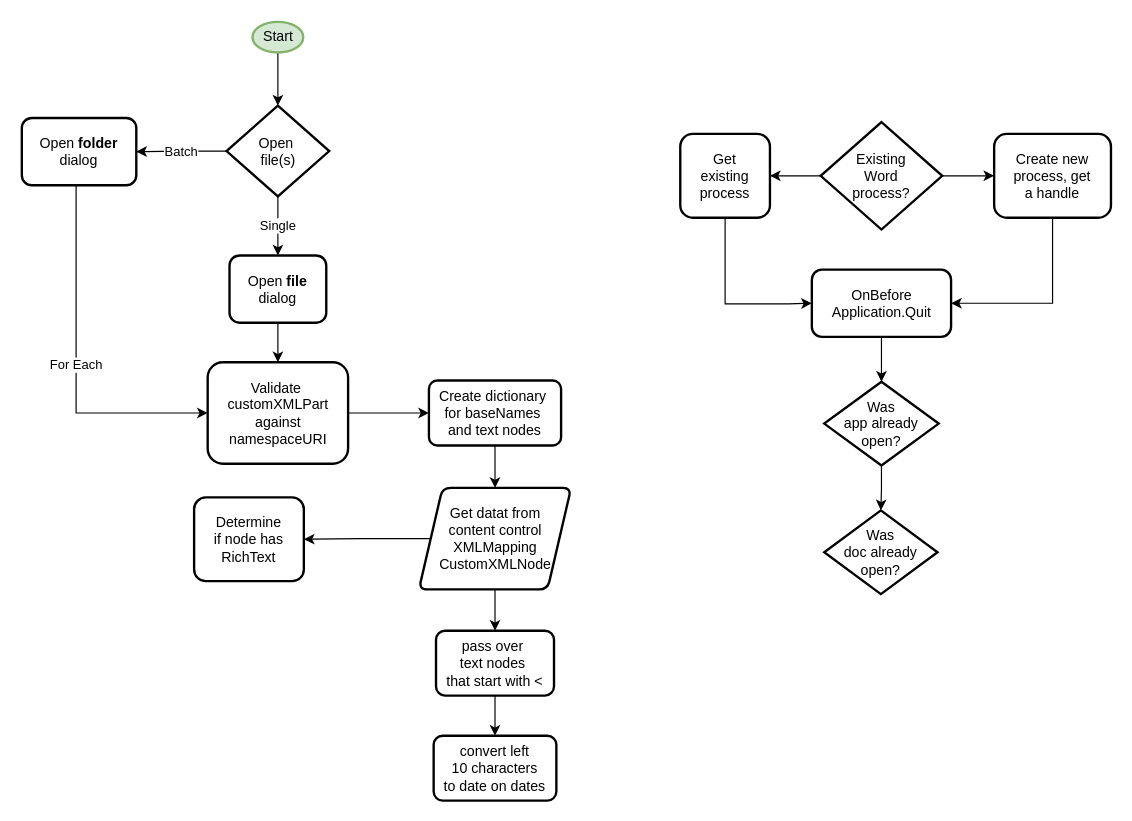
benstanfish/Diagrams keeps this draw.io diagram as page "Main" (1 of 3) of WordLink.drawio. Above is the earlier version. Source tidied: cells renumbered, new cells numbered last; positions are measured from the earlier drawing's top-left corner, leaving out a move shared by most shapes. Both pictures are drawn from the tidied source at 118%, with x=0, y=0 at pixel (21, 21).
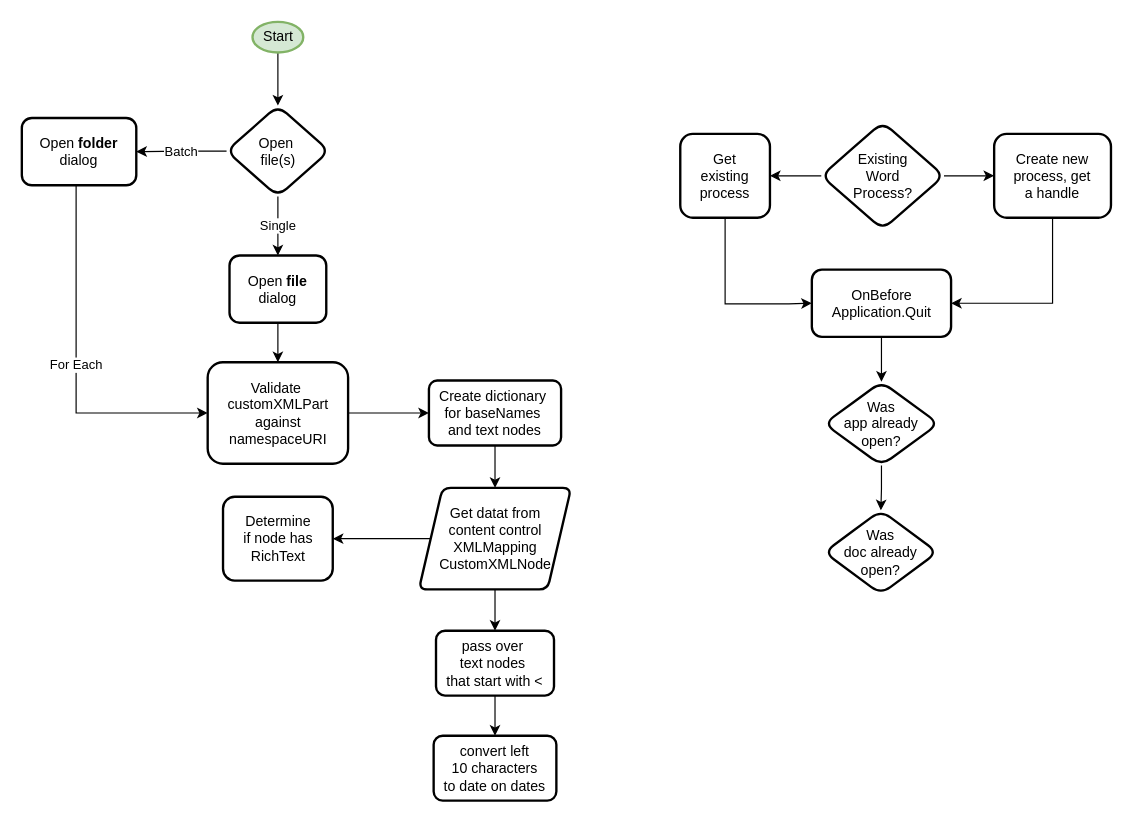
The same page after the edit.

The change refers to these unchanged cells:
```xml
<mxCell id="22" value="Get&lt;div&gt;existing&lt;/div&gt;&lt;div&gt;process&lt;/div&gt;" style="rounded=1;whiteSpace=wrap;html=1;strokeWidth=2;spacing=10;" parent="1" vertex="1">
  <mxGeometry x="558" y="95" width="76" height="71" as="geometry" />
</mxCell>
<mxCell id="24" value="Create new&lt;div&gt;process, get&lt;/div&gt;&lt;div&gt;a handle&lt;/div&gt;" style="rounded=1;whiteSpace=wrap;html=1;strokeWidth=2;spacing=10;" parent="1" vertex="1">
  <mxGeometry x="824" y="95" width="99" height="71" as="geometry" />
</mxCell>
```

What changed in the source:
```diff
@@
-    <mxCell id="6" value="Open&amp;nbsp;&lt;div&gt;file(s)&lt;/div&gt;" style="rhombus;whiteSpace=wrap;html=1;strokeWidth=2;spacing=20;" parent="1" vertex="1">
+    <mxCell id="6" value="Open&amp;nbsp;&lt;div&gt;file(s)&lt;/div&gt;" style="rhombus;whiteSpace=wrap;html=1;strokeWidth=2;spacing=20;rounded=1;" parent="1" vertex="1">
       <mxGeometry x="173.5" y="71" width="87" height="77" as="geometry" />
     </mxCell>
@@
-    <mxCell id="18" style="edgeStyle=orthogonalEdgeStyle;rounded=0;jettySize=auto;html=1;" parent="1" edge="1" source="20" target="22">
-      <mxGeometry relative="1" as="geometry" />
-    </mxCell>
-    <mxCell id="19" style="edgeStyle=orthogonalEdgeStyle;rounded=0;jettySize=auto;html=1;" parent="1" edge="1" source="20" target="24">
-      <mxGeometry relative="1" as="geometry" />
-    </mxCell>
-    <mxCell id="20" value="Existing&lt;div&gt;Word&lt;/div&gt;&lt;div&gt;process?&lt;/div&gt;" style="strokeWidth=2;html=1;shape=mxgraph.flowchart.decision;whiteSpace=wrap;spacing=20;" parent="1" vertex="1">
-      <mxGeometry x="677" y="85" width="103" height="91" as="geometry" />
-    </mxCell>
@@
-    <mxCell id="31" value="Was&lt;div&gt;app already&lt;/div&gt;&lt;div&gt;open?&lt;/div&gt;" style="rhombus;whiteSpace=wrap;html=1;rounded=0;strokeWidth=2;spacing=10;" parent="1" vertex="1">
+    <mxCell id="31" value="Was&lt;div&gt;app already&lt;/div&gt;&lt;div&gt;open?&lt;/div&gt;" style="rhombus;whiteSpace=wrap;html=1;rounded=1;strokeWidth=2;spacing=10;" parent="1" vertex="1">
       <mxGeometry x="680" y="305" width="97" height="71" as="geometry" />
     </mxCell>
-    <mxCell id="32" value="Was&lt;div&gt;doc already&lt;/div&gt;&lt;div&gt;open?&lt;/div&gt;" style="rhombus;whiteSpace=wrap;html=1;rounded=0;strokeWidth=2;spacing=10;" parent="1" vertex="1">
+    <mxCell id="32" value="Was&lt;div&gt;doc already&lt;/div&gt;&lt;div&gt;open?&lt;/div&gt;" style="rhombus;whiteSpace=wrap;html=1;rounded=1;strokeWidth=2;spacing=10;" parent="1" vertex="1">
       <mxGeometry x="680" y="414" width="96" height="71" as="geometry" />
     </mxCell>
     <mxCell id="33" value="Determine&lt;div&gt;if node has&lt;/div&gt;&lt;div&gt;RichText&lt;/div&gt;" style="rounded=1;whiteSpace=wrap;html=1;arcSize=14;strokeWidth=2;spacing=10;" parent="1" vertex="1">
-      <mxGeometry x="146" y="403" width="93" height="71" as="geometry" />
+      <mxGeometry x="170.5" y="402.5" width="93" height="71" as="geometry" />
     </mxCell>
+    <mxCell id="34" style="edgeStyle=orthogonalEdgeStyle;rounded=0;jettySize=auto;html=1;fontFamily=Helvetica;fontSize=12;fontColor=default;" parent="1" edge="1" source="36" target="24">
+      <mxGeometry relative="1" as="geometry" />
+    </mxCell>
+    <mxCell id="35" style="edgeStyle=orthogonalEdgeStyle;rounded=0;jettySize=auto;html=1;fontFamily=Helvetica;fontSize=12;fontColor=default;" parent="1" edge="1" source="36" target="22">
+      <mxGeometry relative="1" as="geometry" />
+    </mxCell>
+    <mxCell id="36" value="Existing&lt;div&gt;Word&lt;/div&gt;&lt;div&gt;Process?&lt;/div&gt;" style="rhombus;whiteSpace=wrap;html=1;rounded=1;strokeColor=default;strokeWidth=2;align=center;verticalAlign=middle;spacing=20;fontFamily=Helvetica;fontSize=12;fontColor=default;fillColor=default;" parent="1" vertex="1">
+      <mxGeometry x="677.5" y="85" width="104" height="91" as="geometry" />
+    </mxCell>
```
